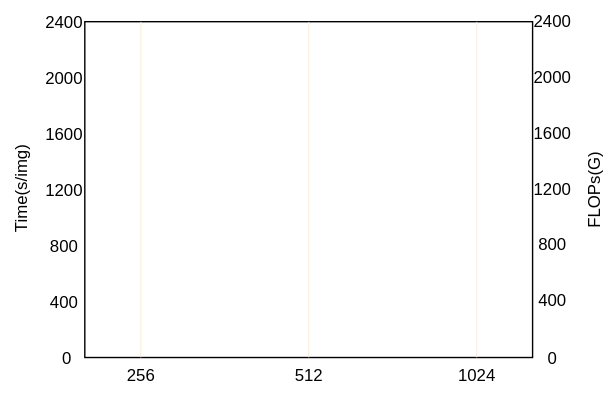
YMlinfeng/undergraduate_thesis keeps this draw.io diagram as img_in_paper/textunet.drawio.svg. Above is the earlier version. Source tidied: cells renumbered, new cells last; positions are measured from the earlier drawing's top-left corner, leaving out a move shared by most shapes.
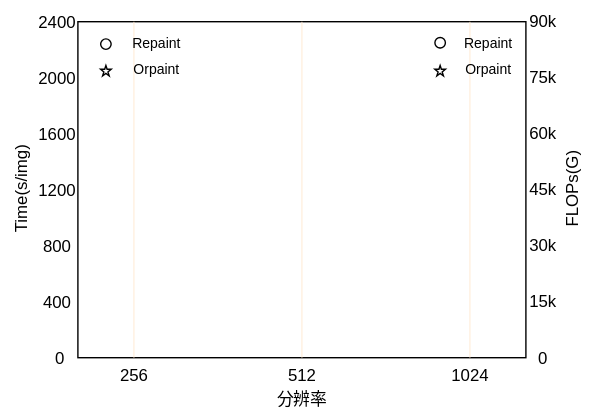
Later version of the same file.

What changed in the source:
```diff
@@ -36,25 +36,25 @@
       <mxGeometry x="345" y="253" width="50" height="30" as="geometry" />
     </mxCell>
     <mxCell id="13" value="0" style="text;html=1;align=center;verticalAlign=middle;strokeColor=none;fillColor=none;" parent="1" vertex="1">
-      <mxGeometry x="409" y="241" width="30" height="30" as="geometry" />
+      <mxGeometry x="407" y="241" width="30" height="30" as="geometry" />
     </mxCell>
-    <mxCell id="14" value="400" style="text;html=1;align=center;verticalAlign=middle;strokeColor=none;fillColor=none;" parent="1" vertex="1">
-      <mxGeometry x="404" y="200" width="40" height="30" as="geometry" />
+    <mxCell id="14" value="15k" style="text;html=1;align=center;verticalAlign=middle;strokeColor=none;fillColor=none;" parent="1" vertex="1">
+      <mxGeometry x="402" y="200" width="40" height="30" as="geometry" />
     </mxCell>
-    <mxCell id="15" value="800" style="text;html=1;align=center;verticalAlign=middle;strokeColor=none;fillColor=none;" parent="1" vertex="1">
-      <mxGeometry x="404" y="160" width="40" height="30" as="geometry" />
+    <mxCell id="15" value="30k" style="text;html=1;align=center;verticalAlign=middle;strokeColor=none;fillColor=none;" parent="1" vertex="1">
+      <mxGeometry x="402" y="160" width="40" height="30" as="geometry" />
     </mxCell>
-    <mxCell id="16" value="1200" style="text;html=1;align=center;verticalAlign=middle;strokeColor=none;fillColor=none;" parent="1" vertex="1">
-      <mxGeometry x="399" y="120" width="50" height="30" as="geometry" />
+    <mxCell id="16" value="45k" style="text;html=1;align=center;verticalAlign=middle;strokeColor=none;fillColor=none;" parent="1" vertex="1">
+      <mxGeometry x="402" y="120" width="40" height="30" as="geometry" />
     </mxCell>
-    <mxCell id="17" value="1600" style="text;html=1;align=center;verticalAlign=middle;strokeColor=none;fillColor=none;" parent="1" vertex="1">
-      <mxGeometry x="399" y="80" width="50" height="30" as="geometry" />
+    <mxCell id="17" value="60k" style="text;html=1;align=center;verticalAlign=middle;strokeColor=none;fillColor=none;" parent="1" vertex="1">
+      <mxGeometry x="402" y="80" width="40" height="30" as="geometry" />
     </mxCell>
-    <mxCell id="18" value="2000" style="text;html=1;align=center;verticalAlign=middle;strokeColor=none;fillColor=none;" parent="1" vertex="1">
-      <mxGeometry x="399" y="40" width="50" height="30" as="geometry" />
+    <mxCell id="18" value="75k" style="text;html=1;align=center;verticalAlign=middle;strokeColor=none;fillColor=none;" parent="1" vertex="1">
+      <mxGeometry x="402" y="40" width="40" height="30" as="geometry" />
     </mxCell>
-    <mxCell id="19" value="2400" style="text;html=1;align=center;verticalAlign=middle;strokeColor=none;fillColor=none;" parent="1" vertex="1">
-      <mxGeometry x="399" width="50" height="30" as="geometry" />
+    <mxCell id="19" value="90k" style="text;html=1;align=center;verticalAlign=middle;strokeColor=none;fillColor=none;" parent="1" vertex="1">
+      <mxGeometry x="402" width="40" height="30" as="geometry" />
     </mxCell>
     <mxCell id="20" style="line;strokeWidth=1;html=1;fillColor=#f8cecc;strokeColor=#FFE6CC;opacity=60;rotation=90;" parent="1" vertex="1">
       <mxGeometry x="130" y="130" width="240" height="10" as="geometry" />
@@ -66,10 +66,43 @@
       <mxGeometry x="10" y="130" width="240" height="10" as="geometry" />
     </mxCell>
     <mxCell id="23" value="Time(s/img)" style="text;html=1;align=center;verticalAlign=middle;strokeColor=none;fillColor=none;rotation=-90;" parent="1" vertex="1">
-      <mxGeometry y="120" width="90" height="30" as="geometry" />
+      <mxGeometry x="5" y="120" width="90" height="30" as="geometry" />
     </mxCell>
     <mxCell id="24" value="FLOPs(G)" style="text;html=1;align=center;verticalAlign=middle;strokeColor=none;fillColor=none;rotation=-90;" parent="1" vertex="1">
-      <mxGeometry x="415" y="121" width="80" height="30" as="geometry" />
+      <mxGeometry x="404" y="120" width="80" height="30" as="geometry" />
     </mxCell>
+    <mxCell id="25" value="分辨率" style="text;html=1;align=center;verticalAlign=middle;strokeColor=none;fillColor=none;" parent="1" vertex="1">
+      <mxGeometry x="220" y="270" width="60" height="30" as="geometry" />
+    </mxCell>
+    <mxCell id="26" style="shape=waypoint;sketch=0;fillStyle=solid;size=6;fillColor=none;perimeter=centerPerimeter;" parent="1" vertex="1">
+      <mxGeometry x="100" y="21" width="20" height="20" as="geometry" />
+    </mxCell>
+    <mxCell id="27" style="shape=waypoint;sketch=0;fillStyle=solid;size=6;fillColor=none;perimeter=centerPerimeter;" parent="1" vertex="1">
+      <mxGeometry x="338.8" y="21" width="20" height="20" as="geometry" />
+    </mxCell>
+    <mxCell id="28" style="verticalLabelPosition=bottom;verticalAlign=top;html=1;shape=mxgraph.basic.star;" parent="1" vertex="1">
+      <mxGeometry x="106.2" y="46.2" width="7.5" height="7.5" as="geometry" />
+    </mxCell>
+    <mxCell id="29" style="verticalLabelPosition=bottom;verticalAlign=top;html=1;shape=mxgraph.basic.star;" parent="1" vertex="1">
+      <mxGeometry x="345" y="46.2" width="7.5" height="7.5" as="geometry" />
+    </mxCell>
+    <mxCell id="30" value="&lt;font style=&quot;font-size: 10px;&quot;&gt;Repaint&lt;/font&gt;" style="text;html=1;align=center;verticalAlign=middle;strokeColor=none;fillColor=none;" parent="1" vertex="1">
+      <mxGeometry x="352.5" y="15" width="60" height="30" as="geometry" />
+    </mxCell>
+    <mxCell id="31" value="&lt;font style=&quot;font-size: 10px;&quot;&gt;Orpaint&lt;/font&gt;" style="text;html=1;align=center;verticalAlign=middle;strokeColor=none;fillColor=none;" parent="1" vertex="1">
+      <mxGeometry x="352.5" y="34" width="60" height="30" as="geometry" />
+    </mxCell>
+    <mxCell id="32" value="&lt;font style=&quot;font-size: 10px;&quot;&gt;Orpaint&lt;/font&gt;" style="text;html=1;align=center;verticalAlign=middle;strokeColor=none;fillColor=none;" parent="1" vertex="1">
+      <mxGeometry x="116" y="34" width="60" height="30" as="geometry" />
+    </mxCell>
+    <mxCell id="33" value="&lt;font style=&quot;font-size: 10px;&quot;&gt;Repaint&lt;/font&gt;" style="text;html=1;align=center;verticalAlign=middle;strokeColor=none;fillColor=none;" parent="1" vertex="1">
+      <mxGeometry x="116" y="15" width="60" height="30" as="geometry" />
+    </mxCell>
+    <mxCell id="34" style="ellipse;whiteSpace=wrap;html=1;" parent="1" vertex="1">
+      <mxGeometry x="106.2" y="27.2" width="7.5" height="7.5" as="geometry" />
+    </mxCell>
+    <mxCell id="35" style="ellipse;whiteSpace=wrap;html=1;" parent="1" vertex="1">
+      <mxGeometry x="345" y="26.2" width="7.5" height="7.5" as="geometry" />
+    </mxCell>
   </root>
 </mxGraphModel>
```
